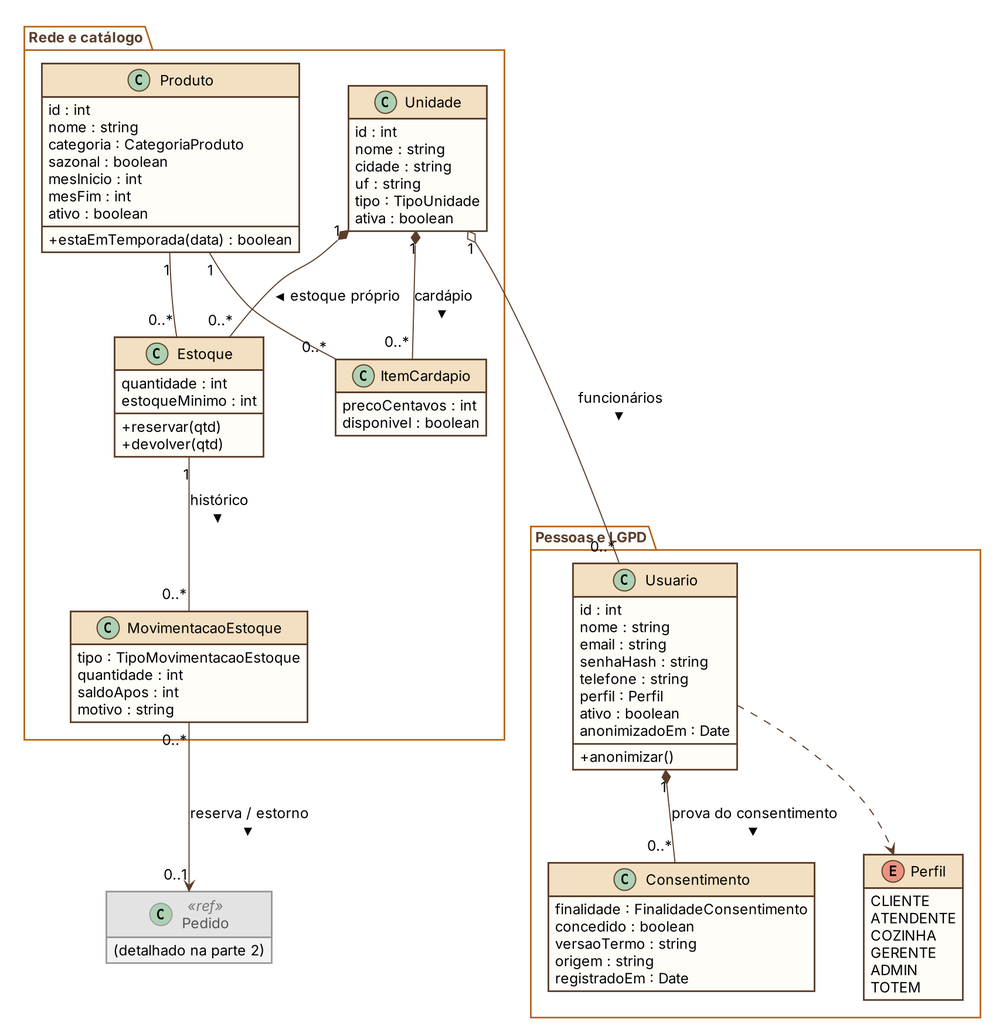
This is docs/diagramas/03a-classes-catalogo-pessoas.png from alves-jp/raizes-do-nordeste-api, a PlantUML export, as it was before one commit. Its source is kept beside it as docs/diagramas/03a-classes-catalogo-pessoas.puml.
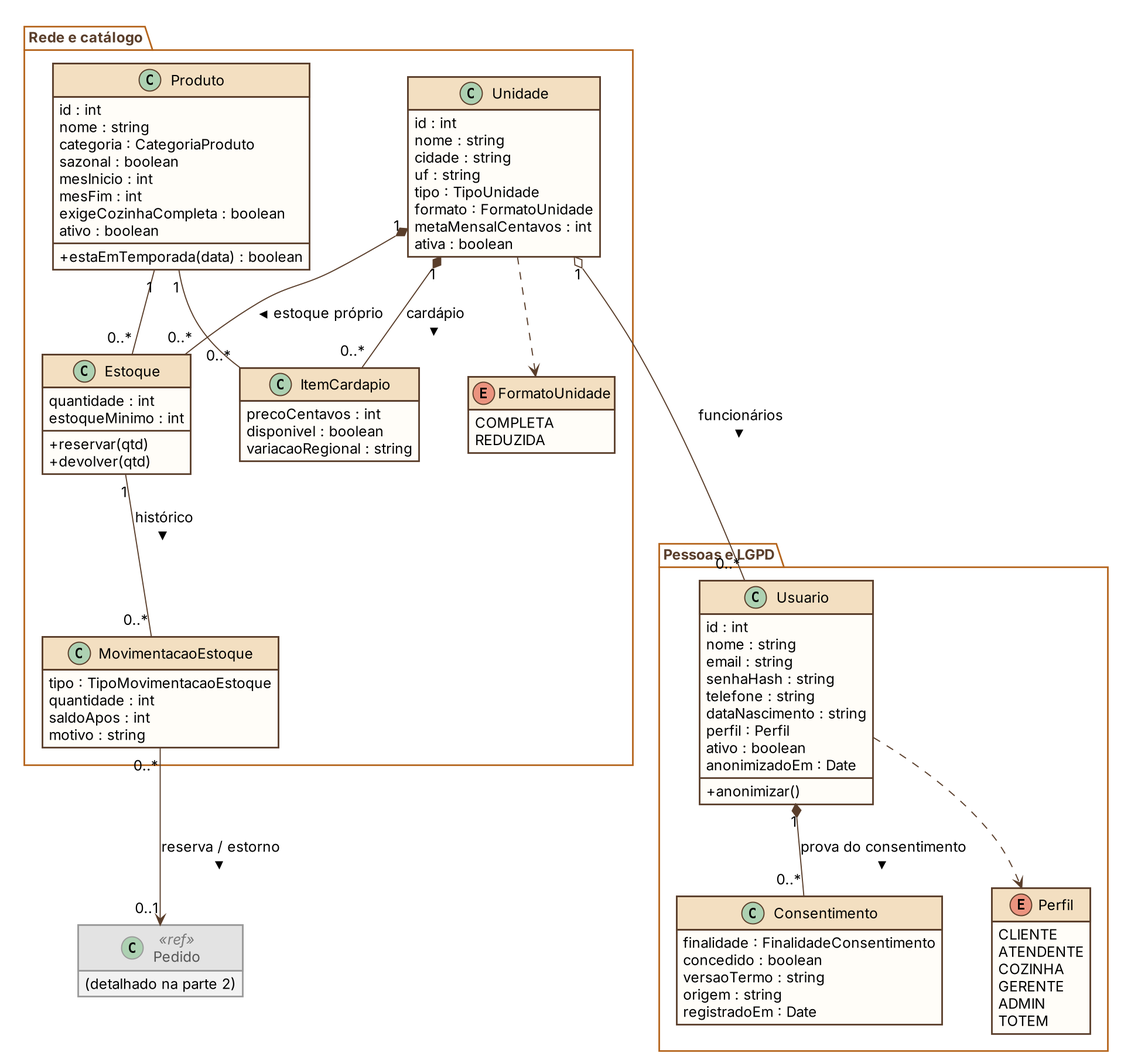
Later version of the same file.

Diff of the diagram source:
```diff
@@ -29,6 +29,8 @@
     cidade : string
     uf : string
     tipo : TipoUnidade
+    formato : FormatoUnidade
+    metaMensalCentavos : int
     ativa : boolean
   }
   class Produto {
@@ -38,12 +40,14 @@
     sazonal : boolean
     mesInicio : int
     mesFim : int
+    exigeCozinhaCompleta : boolean
     ativo : boolean
     + estaEmTemporada(data) : boolean
   }
   class ItemCardapio {
     precoCentavos : int
     disponivel : boolean
+    variacaoRegional : string
   }
   class Estoque {
     quantidade : int
@@ -57,6 +61,10 @@
     saldoApos : int
     motivo : string
   }
+  enum FormatoUnidade {
+    COMPLETA
+    REDUZIDA
+  }
 }
 
 package "Pessoas e LGPD" {
@@ -66,6 +74,7 @@
     email : string
     senhaHash : string
     telefone : string
+    dataNascimento : string
     perfil : Perfil
     ativo : boolean
     anonimizadoEm : Date
@@ -100,6 +109,7 @@
 Unidade "1" o-- "0..*" Usuario : funcionários >
 Usuario "1" *-- "0..*" Consentimento : prova do consentimento >
 Usuario ..> Perfil
+Unidade ..> FormatoUnidade
 MovimentacaoEstoque "0..*" --> "0..1" Pedido : reserva / estorno >
 
 ItemCardapio -[hidden]down- Usuario
```
